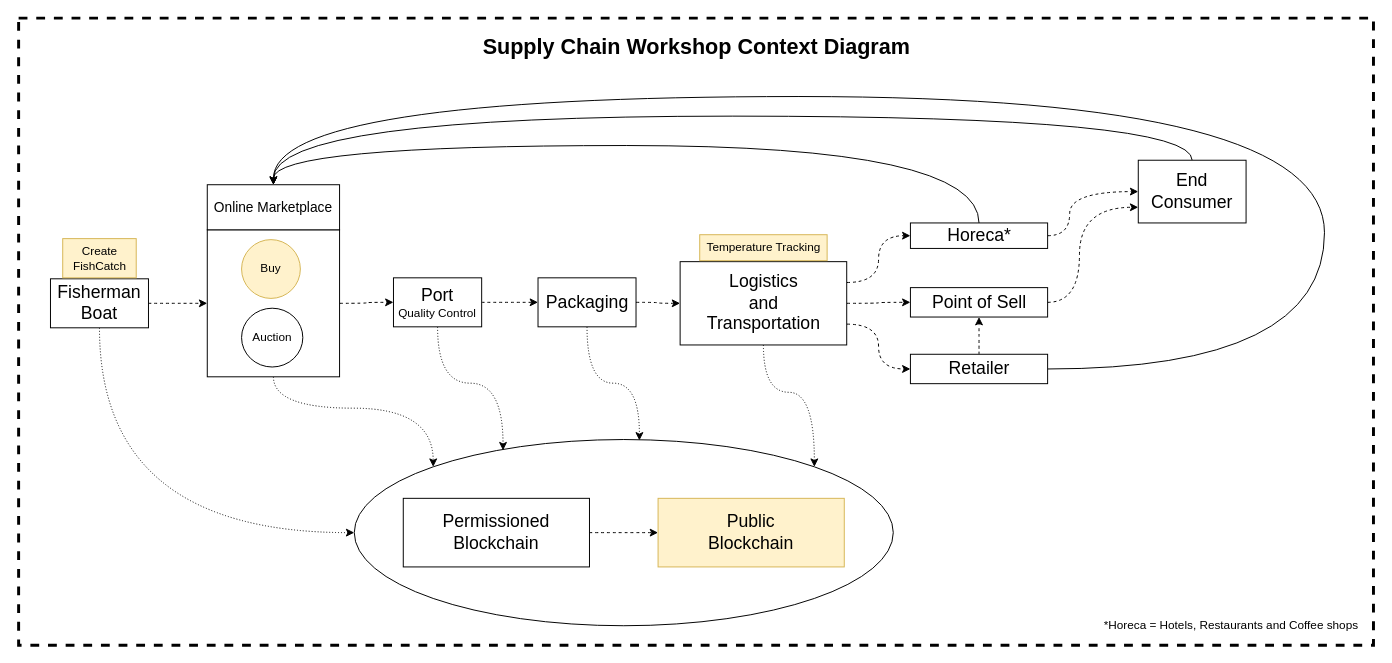
Bitcliq-Technologies/supplyChainETH-workshop keeps this draw.io diagram as docs/SupplyChain Workshop Diagram.drawio. Above is the earlier version. Source tidied: cells renumbered, new cells numbered last; positions are measured from the earlier drawing's top-left corner, leaving out a move shared by most shapes. Both pictures are drawn from the tidied source at 98%, with x=0, y=0 at pixel (19, 18).
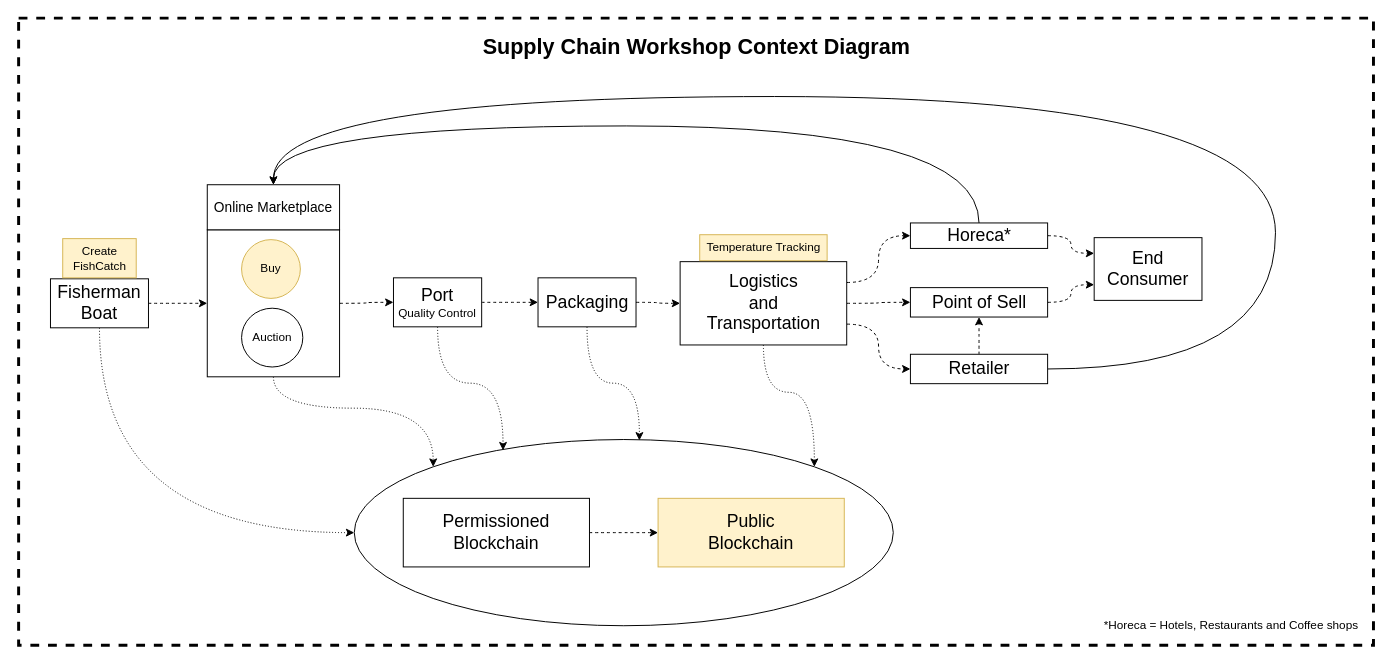
The same page after the edit.

The change refers to these unchanged cells:
```xml
<mxCell id="14" value="&lt;span style=&quot;font-family: &amp;#34;helvetica&amp;#34;&quot;&gt;&lt;font style=&quot;font-size: 14px&quot;&gt;Online Marketplace&lt;/font&gt;&lt;/span&gt;" style="rounded=0;whiteSpace=wrap;html=1;" parent="1" vertex="1">
  <mxGeometry x="192" y="170" width="135" height="46" as="geometry" />
</mxCell>
<mxCell id="25" value="&lt;font&gt;&lt;font style=&quot;font-size: 18px&quot;&gt;Horeca*&lt;/font&gt;&lt;br&gt;&lt;/font&gt;" style="rounded=0;whiteSpace=wrap;html=1;" parent="1" vertex="1">
  <mxGeometry x="909.5" y="209" width="140" height="26" as="geometry" />
</mxCell>
<mxCell id="27" value="&lt;font&gt;&lt;font style=&quot;font-size: 18px&quot;&gt;Point of Sell&lt;/font&gt;&lt;br&gt;&lt;/font&gt;" style="rounded=0;whiteSpace=wrap;html=1;" parent="1" vertex="1">
  <mxGeometry x="909.5" y="275" width="140" height="30" as="geometry" />
</mxCell>
<mxCell id="30" value="&lt;font&gt;&lt;font style=&quot;font-size: 18px&quot;&gt;Retailer&lt;/font&gt;&lt;br&gt;&lt;/font&gt;" style="rounded=0;whiteSpace=wrap;html=1;" parent="1" vertex="1">
  <mxGeometry x="909.5" y="343" width="140" height="30" as="geometry" />
</mxCell>
```

The edit, as a diff of the source:
```diff
@@
+    <mxCell id="24" style="edgeStyle=orthogonalEdgeStyle;curved=1;rounded=0;jettySize=auto;html=1;exitX=0.5;exitY=0;exitDx=0;exitDy=0;entryX=0.5;entryY=0;entryDx=0;entryDy=0;" parent="1" edge="1" source="25" target="14">
+      <mxGeometry relative="1" as="geometry">
+        <Array as="points">
+          <mxPoint x="980" y="110" />
+          <mxPoint x="260" y="110" />
+        </Array>
+      </mxGeometry>
+    </mxCell>
-    <mxCell id="23" style="edgeStyle=orthogonalEdgeStyle;curved=1;rounded=0;jettySize=auto;html=1;exitX=1;exitY=0.5;exitDx=0;exitDy=0;entryX=0;entryY=0.5;entryDx=0;entryDy=0;dashed=1;" parent="1" edge="1" source="25" target="34">
-      <mxGeometry relative="1" as="geometry">
-        <Array as="points">
-          <mxPoint x="1072" y="222" />
-          <mxPoint x="1072" y="177" />
-        </Array>
-      </mxGeometry>
+    <mxCell id="23" style="edgeStyle=orthogonalEdgeStyle;curved=1;rounded=0;jettySize=auto;html=1;exitX=1;exitY=0.5;exitDx=0;exitDy=0;entryX=0;entryY=0.25;entryDx=0;entryDy=0;dashed=1;" parent="1" edge="1" source="25" target="34">
+      <mxGeometry relative="1" as="geometry" />
     </mxCell>
-    <mxCell id="24" style="edgeStyle=orthogonalEdgeStyle;curved=1;rounded=0;jettySize=auto;html=1;exitX=0.5;exitY=0;exitDx=0;exitDy=0;entryX=0.5;entryY=0;entryDx=0;entryDy=0;" parent="1" edge="1" source="25" target="14">
-      <mxGeometry relative="1" as="geometry">
-        <Array as="points">
-          <mxPoint x="980" y="130" />
-          <mxPoint x="260" y="130" />
-        </Array>
-      </mxGeometry>
-    </mxCell>
@@
     <mxCell id="26" style="edgeStyle=orthogonalEdgeStyle;curved=1;rounded=0;jettySize=auto;html=1;exitX=1;exitY=0.5;exitDx=0;exitDy=0;entryX=0;entryY=0.75;entryDx=0;entryDy=0;dashed=1;" parent="1" edge="1" source="27" target="34">
-      <mxGeometry relative="1" as="geometry">
-        <Array as="points">
-          <mxPoint x="1082" y="290" />
-          <mxPoint x="1082" y="193" />
-        </Array>
-      </mxGeometry>
+      <mxGeometry relative="1" as="geometry" />
     </mxCell>
@@
     <mxCell id="29" style="edgeStyle=orthogonalEdgeStyle;curved=1;rounded=0;jettySize=auto;html=1;exitX=1;exitY=0.5;exitDx=0;exitDy=0;entryX=0.5;entryY=0;entryDx=0;entryDy=0;" parent="1" edge="1" source="30" target="14">
       <mxGeometry relative="1" as="geometry">
         <Array as="points">
-          <mxPoint x="1332" y="358" />
-          <mxPoint x="1332" y="80" />
+          <mxPoint x="1282" y="358" />
+          <mxPoint x="1282" y="80" />
           <mxPoint x="260" y="80" />
         </Array>
       </mxGeometry>
     </mxCell>
@@
-    <mxCell id="33" style="edgeStyle=orthogonalEdgeStyle;curved=1;rounded=0;jettySize=auto;html=1;exitX=0.5;exitY=0;exitDx=0;exitDy=0;entryX=0.5;entryY=0;entryDx=0;entryDy=0;" parent="1" edge="1" source="34" target="14">
-      <mxGeometry relative="1" as="geometry">
-        <Array as="points">
-          <mxPoint x="1197" y="100" />
-          <mxPoint x="260" y="100" />
-        </Array>
-      </mxGeometry>
-    </mxCell>
     <mxCell id="34" value="&lt;font&gt;&lt;font style=&quot;font-size: 18px&quot;&gt;End Consumer&lt;/font&gt;&lt;br&gt;&lt;/font&gt;" style="rounded=0;whiteSpace=wrap;html=1;" parent="1" vertex="1">
-      <mxGeometry x="1142" y="145" width="110" height="64" as="geometry" />
+      <mxGeometry x="1097" y="224" width="110" height="64" as="geometry" />
     </mxCell>
```
